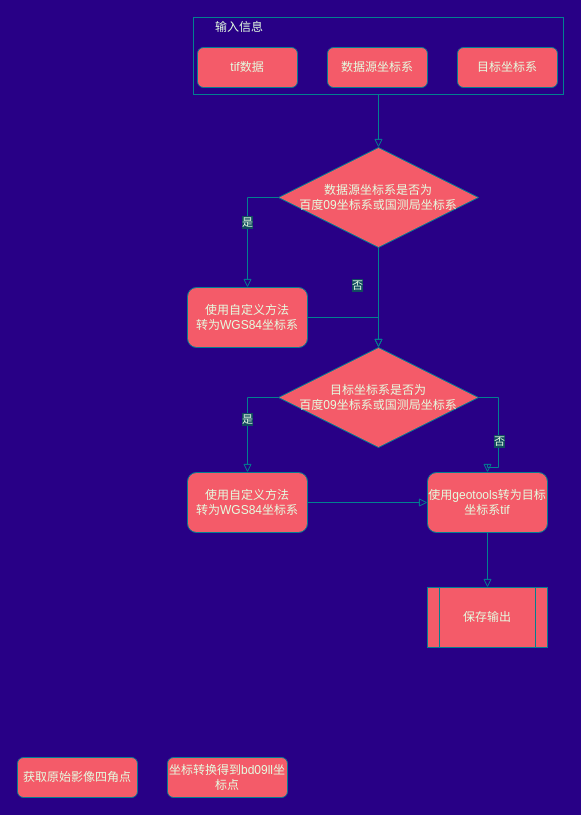
Earlier version of the draw.io diagram Untitled Diagram.drawio (ninexy/springcloudConfig). Source tidied: cells renumbered, new cells numbered last; positions are measured from the earlier drawing's top-left corner, leaving out a move shared by most shapes. Both pictures are drawn from the tidied source at 100%, with x=0, y=0 at pixel (17, 17).
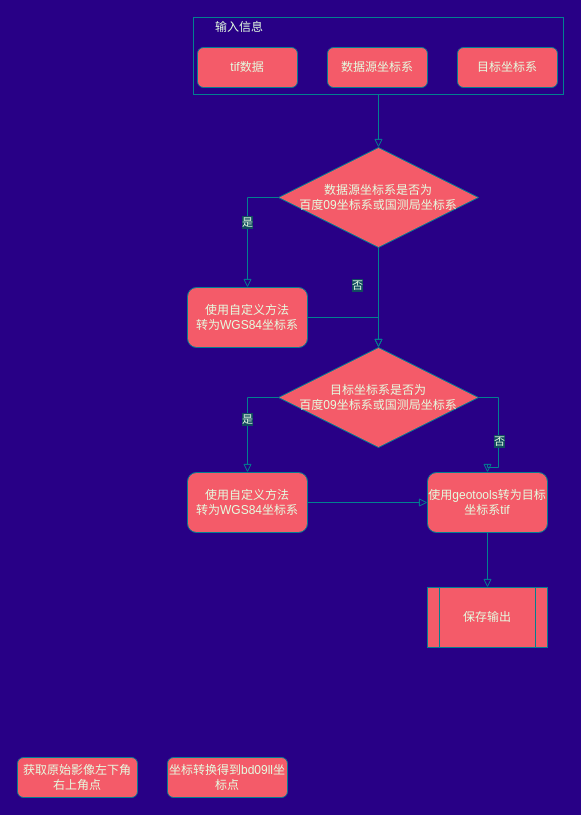
The same diagram, later.

Diff of the diagram source:
```diff
@@
-    <mxCell id="24" value="获取原始影像四角点" style="rounded=1;whiteSpace=wrap;html=1;fontColor=#E4FDE1;fillColor=#F45B69;strokeColor=#028090;" parent="1" vertex="1">
+    <mxCell id="24" value="获取原始影像左下角右上角点" style="rounded=1;whiteSpace=wrap;html=1;fontColor=#E4FDE1;fillColor=#F45B69;strokeColor=#028090;" parent="1" vertex="1">
       <mxGeometry y="740" width="120" height="40" as="geometry" />
     </mxCell>
```
